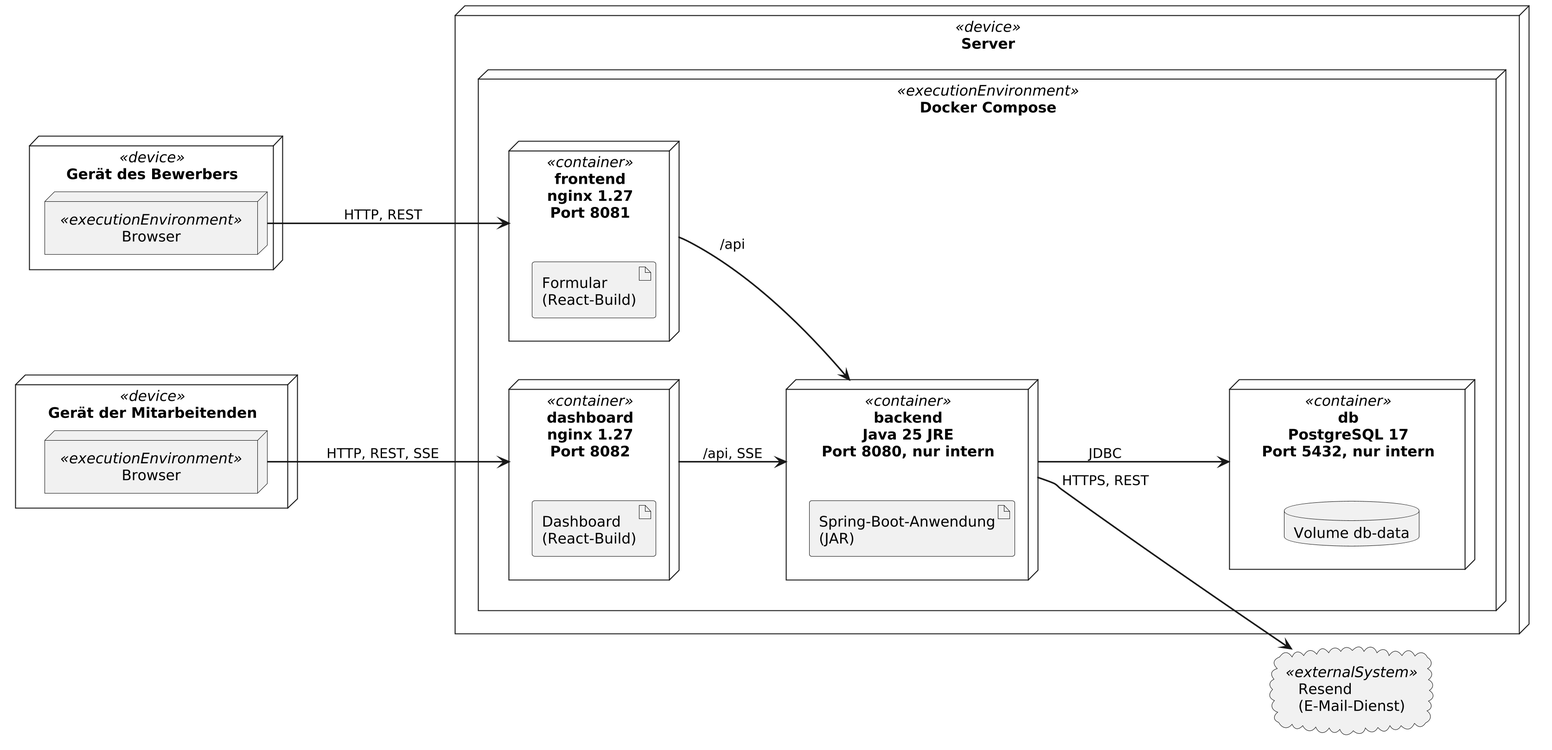
This is docs/diagrams/deployment.png from kamalshekho/design-thinking-workshop, a PlantUML export, as it was before one commit.
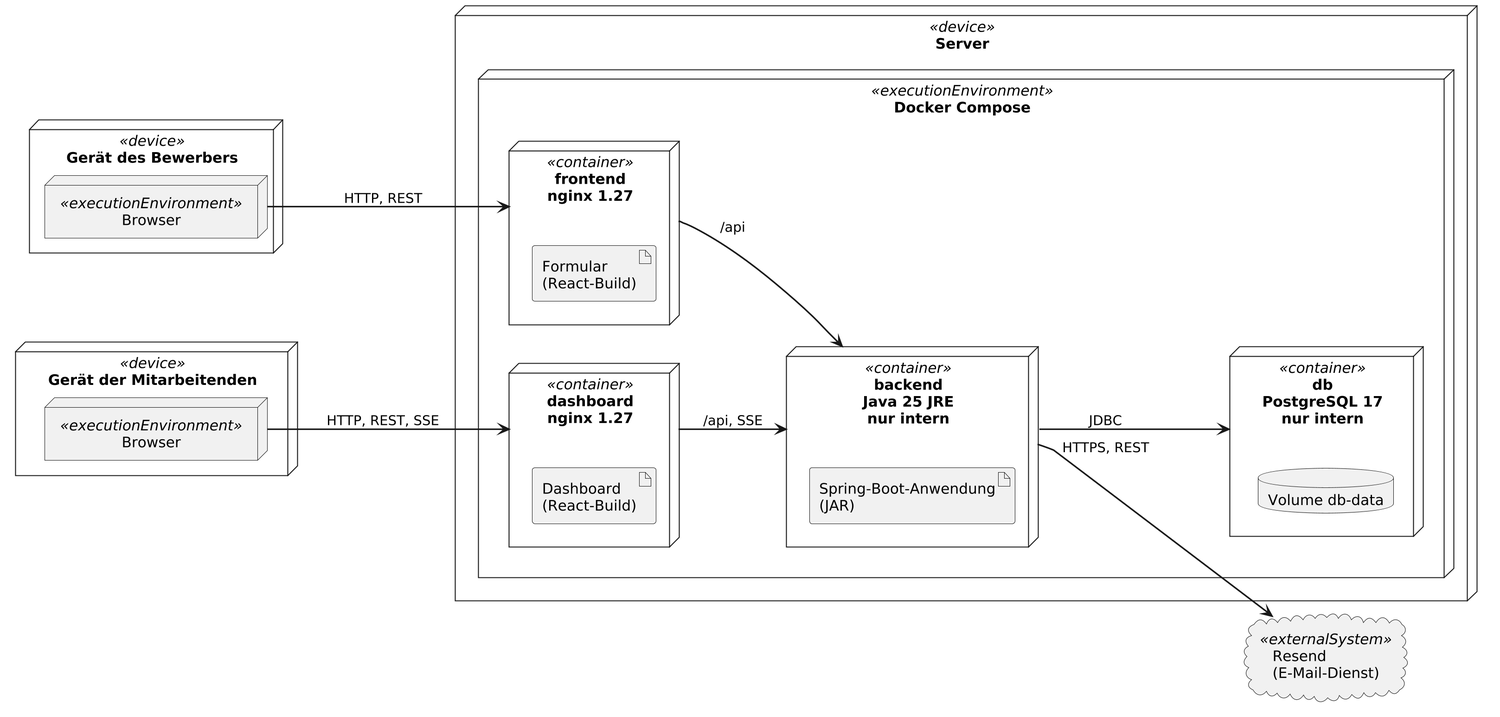
Above is the later version.

Commit message:
docs(architecture): drop the ports from the deployment diagram

Diff of the diagram source:
```diff
@@ -20,16 +20,16 @@
 
 node "Server" <<device>> as server {
   node "Docker Compose" <<executionEnvironment>> {
-    node "frontend\nnginx 1.27\nPort 8081" <<container>> as formNginx {
+    node "frontend\nnginx 1.27" <<container>> as formNginx {
       artifact "Formular\n(React-Build)" as formBundle
     }
-    node "dashboard\nnginx 1.27\nPort 8082" <<container>> as dashNginx {
+    node "dashboard\nnginx 1.27" <<container>> as dashNginx {
       artifact "Dashboard\n(React-Build)" as dashBundle
     }
-    node "backend\nJava 25 JRE\nPort 8080, nur intern" <<container>> as backend {
+    node "backend\nJava 25 JRE\nnur intern" <<container>> as backend {
       artifact "Spring-Boot-Anwendung\n(JAR)" as backendJar
     }
-    node "db\nPostgreSQL 17\nPort 5432, nur intern" <<container>> as db {
+    node "db\nPostgreSQL 17\nnur intern" <<container>> as db {
       database "Volume db-data" as volume
     }
   }
```
